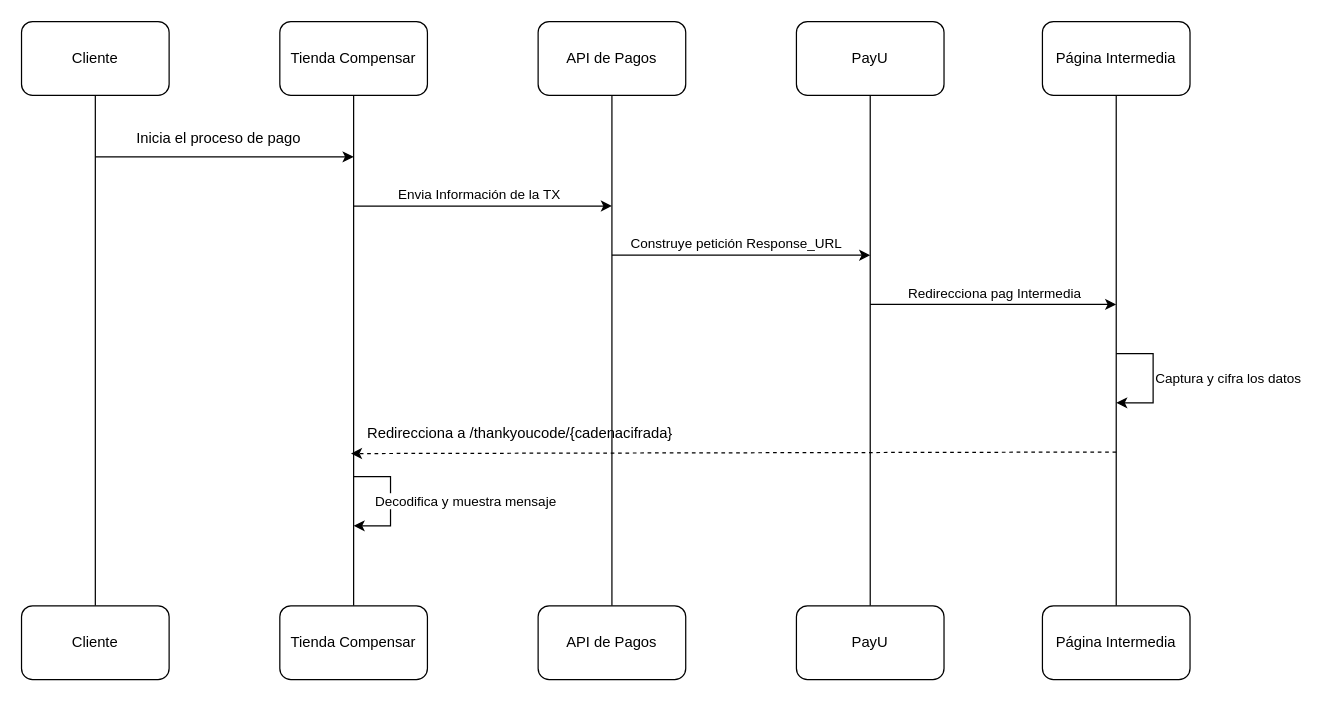
carlosvalderrama1204/diagrams keeps this draw.io diagram as page "Opción 1" (1 of 2) of Pixel.drawio. Above is the earlier version. Source tidied: cells renumbered, new cells numbered last; positions are measured from the earlier drawing's top-left corner, leaving out a move shared by most shapes. Both pictures are drawn from the tidied source at 123%, with x=0, y=0 at pixel (21, 21).
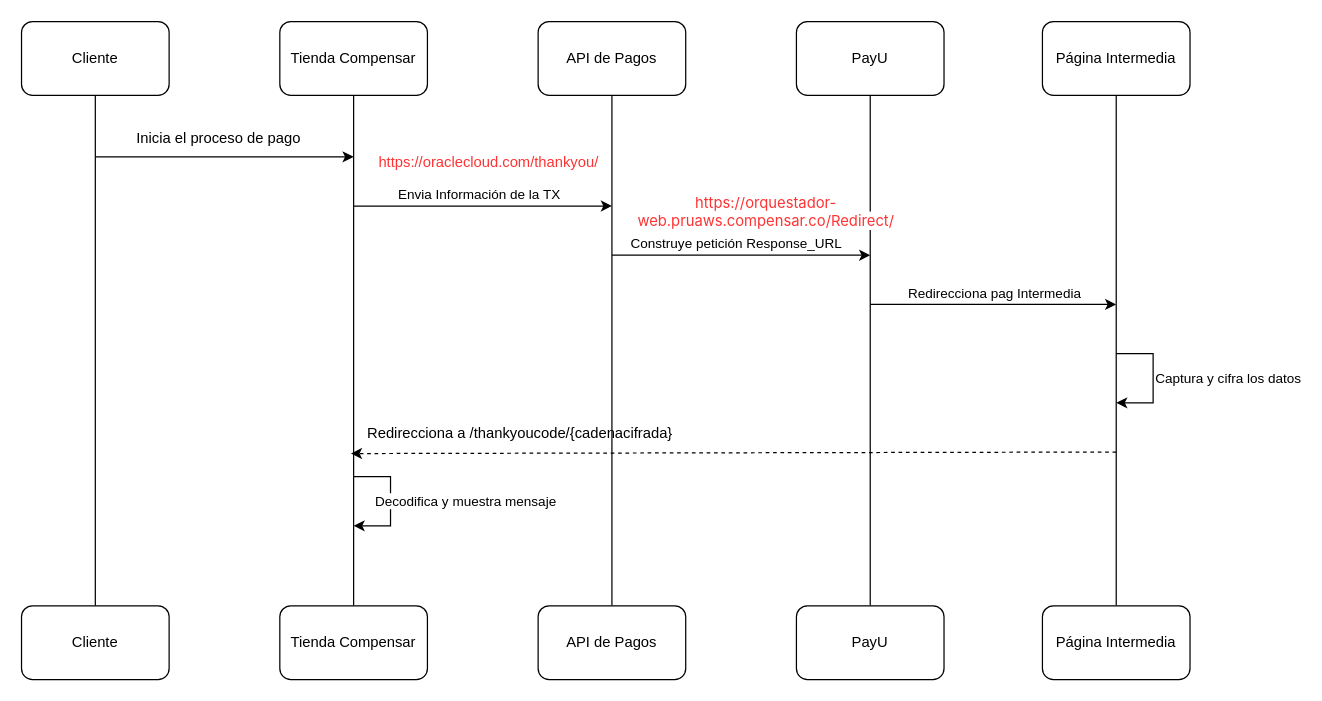
After the change.

The edit, as a diff of the source:
```diff
@@
+    <mxCell id="31" value="https://oraclecloud.com/thankyou/" style="text;html=1;align=center;verticalAlign=middle;whiteSpace=wrap;rounded=0;fontColor=#FF3333;" parent="1" vertex="1">
+      <mxGeometry x="350" y="100" width="60" height="30" as="geometry" />
+    </mxCell>
+    <mxCell id="32" value="&lt;span style=&quot;font-family: Inter, system-ui, -apple-system, BlinkMacSystemFont, &amp;quot;Segoe UI&amp;quot;, Roboto, Oxygen, Ubuntu, Cantarell, &amp;quot;Fira Sans&amp;quot;, &amp;quot;Droid Sans&amp;quot;, Helvetica, Arial, sans-serif; text-align: left; white-space: pre-wrap; background-color: rgb(255, 255, 255);&quot;&gt;https://orquestador-web.pruaws.compensar.co/Redirect/&lt;/span&gt;" style="text;html=1;align=center;verticalAlign=middle;strokeColor=none;fillColor=none;fontColor=#FF3333;" parent="1" vertex="1">
+      <mxGeometry x="430" y="140" width="350" height="30" as="geometry" />
+    </mxCell>
```
